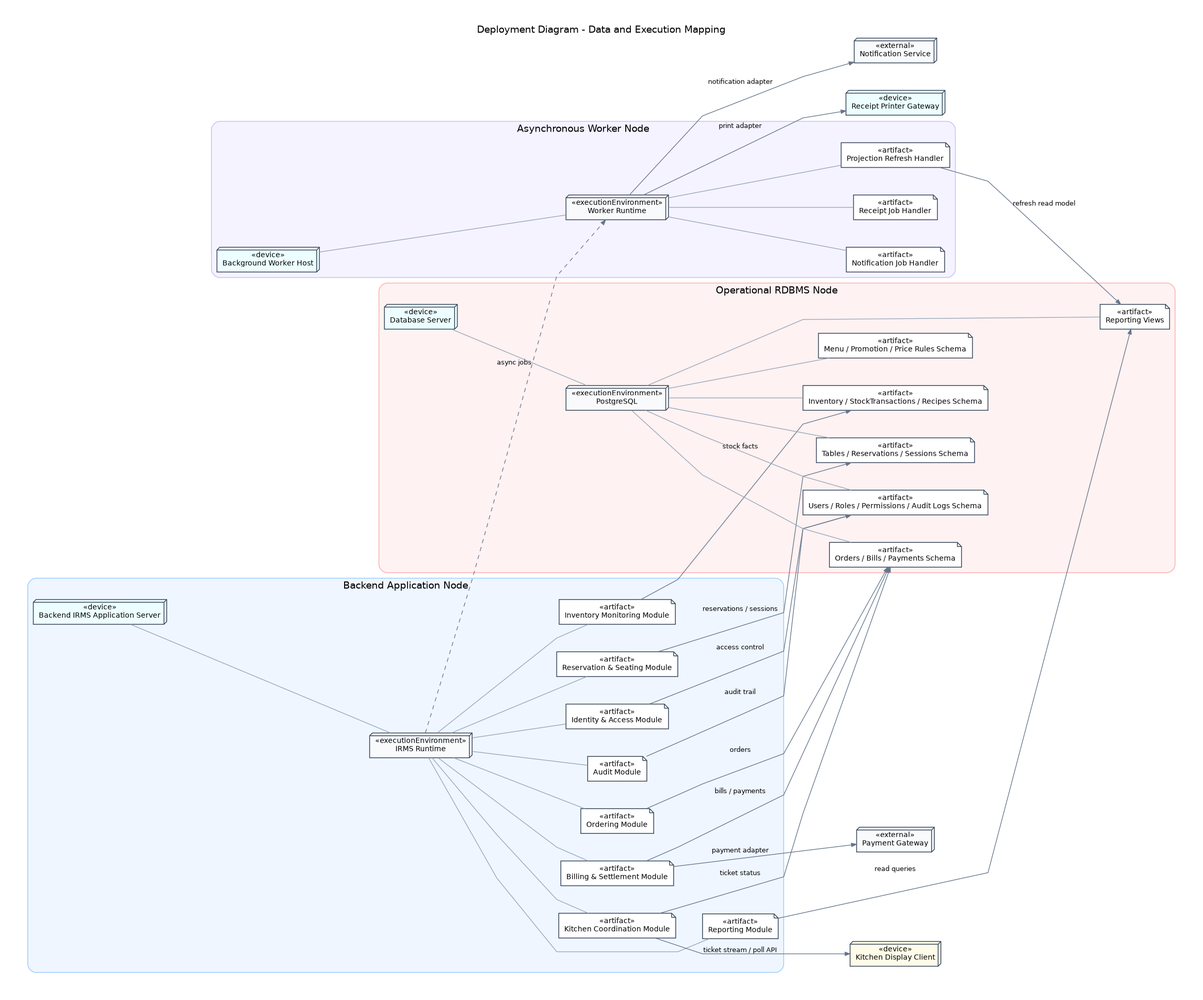
The Graphviz diagram assets/diagrams/rendered/architecture/17_deployment_diagram_data_and_execution_mapping.png in lehoangluan1/SA_IRMS, before a commit. Its source is kept beside it as assets/diagrams/source/architecture/17_deployment_diagram_data_and_execution_mapping.dot.
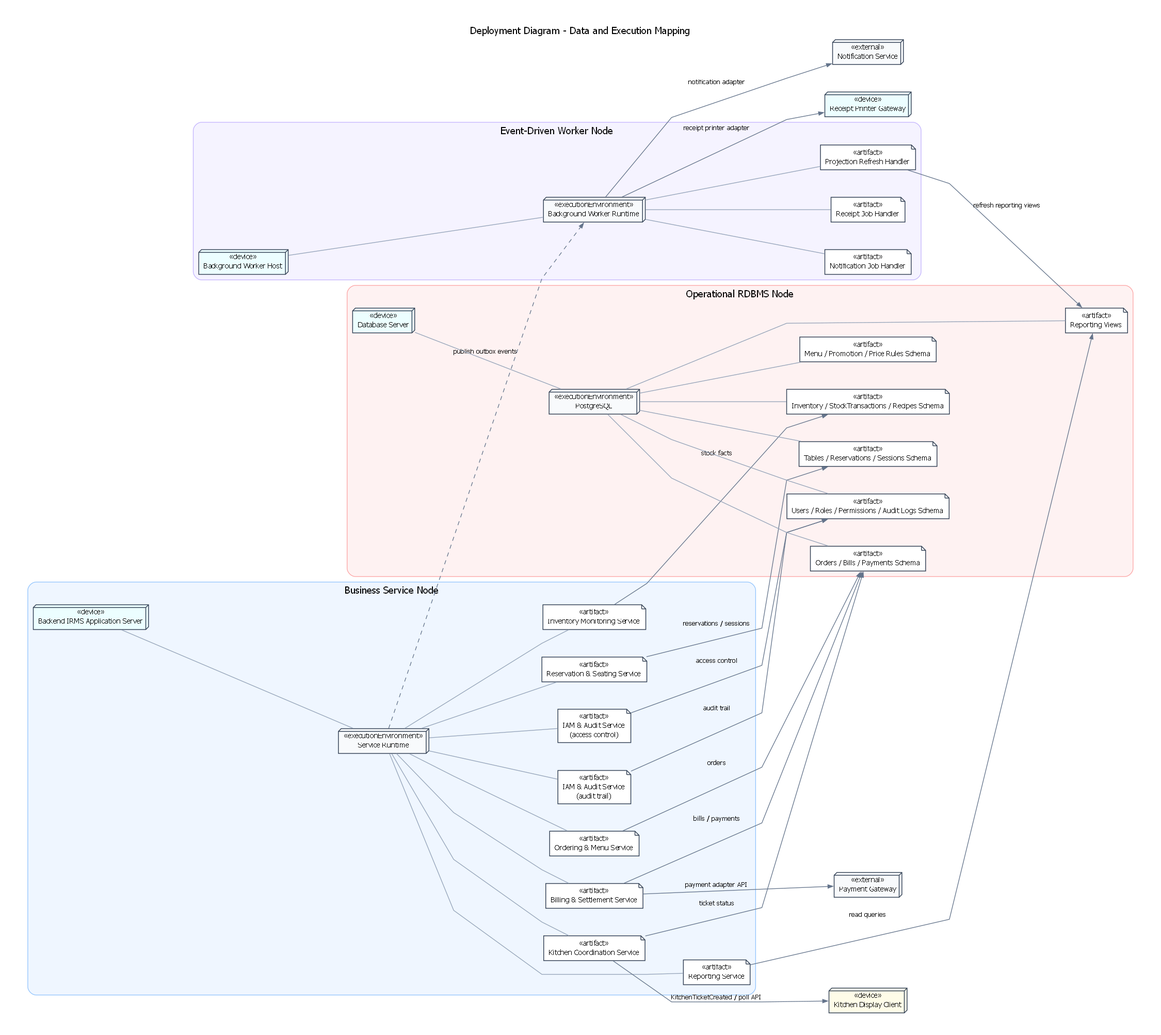
After the change.

Change to the diagram source:
```diff
@@ -17,31 +17,33 @@
   edge [fontname="DejaVu Sans", fontsize=9.4, color="#64748B", penwidth=1.0, arrowsize=0.72];
 
   subgraph cluster_appserver {
-    label="Backend Application Node";
+    label="Business Service Node";
     color="#93C5FD";
     style="rounded,filled";
     fillcolor="#EFF6FF";
     apphost [shape=box3d, fillcolor="#ECFEFF", label="«device»
 Backend IRMS Application Server"];
     apprt [shape=box3d, fillcolor="#F8FAFC", label="«executionEnvironment»
-IRMS Runtime"];
+Service Runtime"];
 
     reservation [shape=note, fillcolor="#FFFFFF", label="«artifact»
-Reservation & Seating Module"];
+Reservation & Seating Service"];
     ordering    [shape=note, fillcolor="#FFFFFF", label="«artifact»
-Ordering Module"];
+Ordering & Menu Service"];
     kitchen     [shape=note, fillcolor="#FFFFFF", label="«artifact»
-Kitchen Coordination Module"];
+Kitchen Coordination Service"];
     billing     [shape=note, fillcolor="#FFFFFF", label="«artifact»
-Billing & Settlement Module"];
+Billing & Settlement Service"];
     inventory   [shape=note, fillcolor="#FFFFFF", label="«artifact»
-Inventory Monitoring Module"];
+Inventory Monitoring Service"];
     reporting   [shape=note, fillcolor="#FFFFFF", label="«artifact»
-Reporting Module"];
+Reporting Service"];
     iam         [shape=note, fillcolor="#FFFFFF", label="«artifact»
-Identity & Access Module"];
+IAM & Audit Service
+(access control)"];
     audit       [shape=note, fillcolor="#FFFFFF", label="«artifact»
-Audit Module"];
+IAM & Audit Service
+(audit trail)"];
 
     apphost -> apprt [arrowhead=none, color="#94A3B8"];
     apprt -> reservation [arrowhead=none, color="#94A3B8"];
@@ -55,14 +57,14 @@
   }
 
   subgraph cluster_worker {
-    label="Asynchronous Worker Node";
+    label="Event-Driven Worker Node";
     color="#C4B5FD";
     style="rounded,filled";
     fillcolor="#F5F3FF";
     workerh [shape=box3d, fillcolor="#ECFEFF", label="«device»
 Background Worker Host"];
     workrt [shape=box3d, fillcolor="#F8FAFC", label="«executionEnvironment»
-Worker Runtime"];
+Background Worker Runtime"];
     notifyj [shape=note, fillcolor="#FFFFFF", label="«artifact»
 Notification Job Handler"];
     receiptj[shape=note, fillcolor="#FFFFFF", label="«artifact»
@@ -125,12 +127,12 @@
   iam         -> schema_iam    [label="access control"];
   audit       -> schema_iam    [label="audit trail"];
 
-  apprt -> workrt [style=dashed, label="async jobs"];
-  projj -> rv [label="refresh read model"];
+  apprt -> workrt [style=dashed, label="publish outbox events"];
+  projj -> rv [label="refresh reporting views"];
   workrt -> notify [label="notification adapter"];
-  workrt -> printer [label="print adapter"];
-  billing -> payment [label="payment adapter"];
-  kitchen -> kds [label="ticket stream / poll API"];
+  workrt -> printer [label="receipt printer adapter"];
+  billing -> payment [label="payment adapter API"];
+  kitchen -> kds [label="KitchenTicketCreated / poll API"];
 
   apphost -> workerh [style=invis, weight=8];
   workerh -> dbhost [style=invis, weight=8];
```
